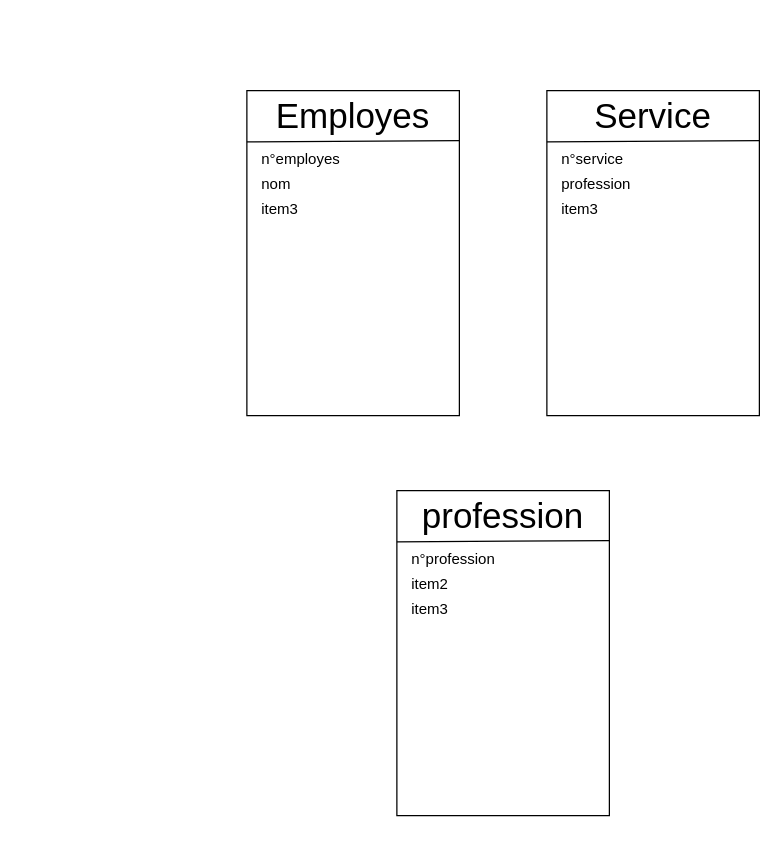
Above: bdd enploiet.drawio in anilexs/modelisation-base-de-donne (draw.io), before the change. Source tidied: cells renumbered, new cells numbered last; positions are measured from the earlier drawing's top-left corner, leaving out a move shared by most shapes. Both pictures are drawn from the tidied source at 125%, with x=0, y=0 at pixel (246, 90).
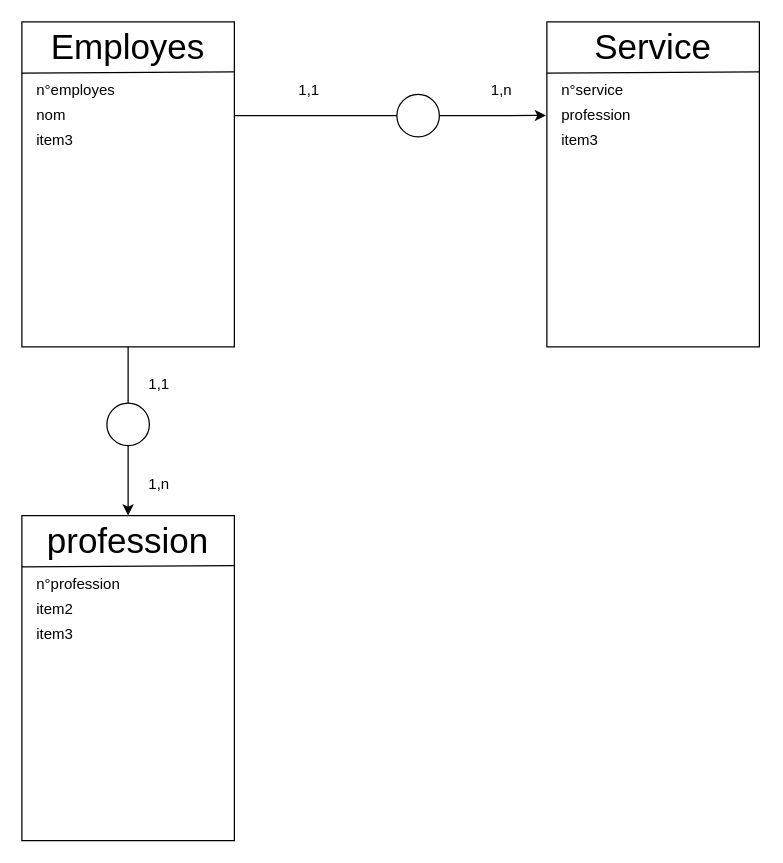
The same page after the edit.

Diff of the diagram source:
```diff
@@
     <mxCell id="2" style="rounded=0;whiteSpace=wrap;html=1;" parent="1" vertex="1">
-      <mxGeometry width="170" height="260" as="geometry" />
+      <mxGeometry x="-180" y="-55" width="170" height="260" as="geometry" />
     </mxCell>
     <mxCell id="3" style="endArrow=none;html=1;rounded=0;" parent="1" edge="1">
       <mxGeometry relative="1" as="geometry">
-        <mxPoint y="41" as="sourcePoint" />
-        <mxPoint x="170" y="40" as="targetPoint" />
+        <mxPoint x="-180" y="-14" as="sourcePoint" />
+        <mxPoint x="-10" y="-15" as="targetPoint" />
       </mxGeometry>
     </mxCell>
     <mxCell id="4" value="Employes" style="text;html=1;strokeColor=none;fillColor=none;align=center;verticalAlign=middle;whiteSpace=wrap;rounded=0;fontSize=28;" parent="1" vertex="1">
-      <mxGeometry width="170" height="40" as="geometry" />
+      <mxGeometry x="-180" y="-55" width="170" height="40" as="geometry" />
     </mxCell>
     <mxCell id="5" style="rounded=0;whiteSpace=wrap;html=1;" parent="1" vertex="1">
-      <mxGeometry x="240" width="170" height="260" as="geometry" />
+      <mxGeometry x="240" y="-55" width="170" height="260" as="geometry" />
     </mxCell>
     <mxCell id="6" style="endArrow=none;html=1;rounded=0;" parent="1" edge="1">
       <mxGeometry relative="1" as="geometry">
-        <mxPoint x="240" y="41" as="sourcePoint" />
-        <mxPoint x="410" y="40" as="targetPoint" />
+        <mxPoint x="240" y="-14" as="sourcePoint" />
+        <mxPoint x="410" y="-15" as="targetPoint" />
       </mxGeometry>
     </mxCell>
     <mxCell id="7" value="Service" style="text;html=1;strokeColor=none;fillColor=none;align=center;verticalAlign=middle;whiteSpace=wrap;rounded=0;fontSize=28;" parent="1" vertex="1">
-      <mxGeometry x="240" width="170" height="40" as="geometry" />
+      <mxGeometry x="240" y="-55" width="170" height="40" as="geometry" />
     </mxCell>
     <mxCell id="8" value="n°employes" style="text;html=1;strokeColor=none;fillColor=none;align=left;verticalAlign=middle;whiteSpace=wrap;rounded=0;" parent="1" vertex="1">
-      <mxGeometry x="10" y="40" width="160" height="30" as="geometry" />
+      <mxGeometry x="-170" y="-15" width="160" height="30" as="geometry" />
     </mxCell>
     <mxCell id="9" value="nom" style="text;html=1;strokeColor=none;fillColor=none;align=left;verticalAlign=middle;whiteSpace=wrap;rounded=0;" parent="1" vertex="1">
-      <mxGeometry x="10" y="60" width="160" height="30" as="geometry" />
+      <mxGeometry x="-170" y="5" width="160" height="30" as="geometry" />
     </mxCell>
     <mxCell id="10" value="item3" style="text;html=1;strokeColor=none;fillColor=none;align=left;verticalAlign=middle;whiteSpace=wrap;rounded=0;" parent="1" vertex="1">
-      <mxGeometry x="10" y="80" width="160" height="30" as="geometry" />
+      <mxGeometry x="-170" y="25" width="160" height="30" as="geometry" />
     </mxCell>
     <mxCell id="11" style="rounded=0;whiteSpace=wrap;html=1;" parent="1" vertex="1">
-      <mxGeometry x="120" y="320" width="170" height="260" as="geometry" />
+      <mxGeometry x="-180" y="340" width="170" height="260" as="geometry" />
     </mxCell>
     <mxCell id="12" style="endArrow=none;html=1;rounded=0;" parent="1" edge="1">
       <mxGeometry relative="1" as="geometry">
-        <mxPoint x="120" y="361" as="sourcePoint" />
-        <mxPoint x="290" y="360" as="targetPoint" />
+        <mxPoint x="-180" y="381" as="sourcePoint" />
+        <mxPoint x="-10" y="380" as="targetPoint" />
       </mxGeometry>
     </mxCell>
     <mxCell id="13" value="profession" style="text;html=1;strokeColor=none;fillColor=none;align=center;verticalAlign=middle;whiteSpace=wrap;rounded=0;fontSize=28;" parent="1" vertex="1">
-      <mxGeometry x="120" y="320" width="170" height="40" as="geometry" />
+      <mxGeometry x="-180" y="340" width="170" height="40" as="geometry" />
     </mxCell>
     <mxCell id="14" value="n°service" style="text;html=1;strokeColor=none;fillColor=none;align=left;verticalAlign=middle;whiteSpace=wrap;rounded=0;" parent="1" vertex="1">
-      <mxGeometry x="250" y="40" width="160" height="30" as="geometry" />
+      <mxGeometry x="250" y="-15" width="160" height="30" as="geometry" />
     </mxCell>
     <mxCell id="15" value="n°profession" style="text;html=1;strokeColor=none;fillColor=none;align=left;verticalAlign=middle;whiteSpace=wrap;rounded=0;" parent="1" vertex="1">
-      <mxGeometry x="130" y="360" width="160" height="30" as="geometry" />
+      <mxGeometry x="-170" y="380" width="160" height="30" as="geometry" />
     </mxCell>
     <mxCell id="16" value="profession" style="text;html=1;strokeColor=none;fillColor=none;align=left;verticalAlign=middle;whiteSpace=wrap;rounded=0;" parent="1" vertex="1">
-      <mxGeometry x="250" y="60" width="160" height="30" as="geometry" />
+      <mxGeometry x="250" y="5" width="160" height="30" as="geometry" />
     </mxCell>
     <mxCell id="17" value="item3" style="text;html=1;strokeColor=none;fillColor=none;align=left;verticalAlign=middle;whiteSpace=wrap;rounded=0;" parent="1" vertex="1">
-      <mxGeometry x="250" y="80" width="160" height="30" as="geometry" />
+      <mxGeometry x="250" y="25" width="160" height="30" as="geometry" />
     </mxCell>
     <mxCell id="18" value="item2" style="text;html=1;strokeColor=none;fillColor=none;align=left;verticalAlign=middle;whiteSpace=wrap;rounded=0;" parent="1" vertex="1">
-      <mxGeometry x="130" y="380" width="160" height="30" as="geometry" />
+      <mxGeometry x="-170" y="400" width="160" height="30" as="geometry" />
     </mxCell>
     <mxCell id="19" value="item3" style="text;html=1;strokeColor=none;fillColor=none;align=left;verticalAlign=middle;whiteSpace=wrap;rounded=0;" parent="1" vertex="1">
-      <mxGeometry x="130" y="400" width="160" height="30" as="geometry" />
+      <mxGeometry x="-170" y="420" width="160" height="30" as="geometry" />
     </mxCell>
+    <mxCell id="20" style="endArrow=classic;html=1;rounded=0;entryX=0.5;entryY=0;entryDx=0;entryDy=0;exitX=0.5;exitY=1;exitDx=0;exitDy=0;" parent="1" edge="1" source="24" target="13">
+      <mxGeometry relative="1" as="geometry" />
+    </mxCell>
+    <mxCell id="21" style="endArrow=classic;html=1;rounded=0;entryX=-0.004;entryY=0.288;entryDx=0;entryDy=0;entryPerimeter=0;exitX=1;exitY=0.5;exitDx=0;exitDy=0;" parent="1" edge="1" source="22" target="5">
+      <mxGeometry relative="1" as="geometry" />
+    </mxCell>
+    <mxCell id="22" style="ellipse;whiteSpace=wrap;html=1;" parent="1" vertex="1">
+      <mxGeometry x="120" y="3" width="34" height="34" as="geometry" />
+    </mxCell>
+    <mxCell id="23" style="endArrow=none;html=1;rounded=0;exitX=0;exitY=0.5;exitDx=0;exitDy=0;entryX=1;entryY=0.5;entryDx=0;entryDy=0;" parent="1" edge="1" source="22" target="9">
+      <mxGeometry relative="1" as="geometry" />
+    </mxCell>
+    <mxCell id="24" style="ellipse;whiteSpace=wrap;html=1;" parent="1" vertex="1">
+      <mxGeometry x="-112" y="250" width="34" height="34" as="geometry" />
+    </mxCell>
+    <mxCell id="25" style="endArrow=none;html=1;rounded=0;exitX=0.5;exitY=0;exitDx=0;exitDy=0;entryX=0.5;entryY=1;entryDx=0;entryDy=0;" parent="1" edge="1" source="24" target="2">
+      <mxGeometry relative="1" as="geometry" />
+    </mxCell>
+    <mxCell id="26" value="1,1" style="text;html=1;strokeColor=none;fillColor=none;align=center;verticalAlign=middle;whiteSpace=wrap;rounded=0;" parent="1" vertex="1">
+      <mxGeometry x="20" y="-15" width="60" height="30" as="geometry" />
+    </mxCell>
+    <mxCell id="27" value="1,1" style="text;html=1;strokeColor=none;fillColor=none;align=center;verticalAlign=middle;whiteSpace=wrap;rounded=0;" parent="1" vertex="1">
+      <mxGeometry x="-100" y="220" width="60" height="30" as="geometry" />
+    </mxCell>
+    <mxCell id="28" value="1,n" style="text;html=1;strokeColor=none;fillColor=none;align=center;verticalAlign=middle;whiteSpace=wrap;rounded=0;" parent="1" vertex="1">
+      <mxGeometry x="174" y="-15" width="60" height="30" as="geometry" />
+    </mxCell>
+    <mxCell id="29" value="1,n" style="text;html=1;strokeColor=none;fillColor=none;align=center;verticalAlign=middle;whiteSpace=wrap;rounded=0;" parent="1" vertex="1">
+      <mxGeometry x="-100" y="300" width="60" height="30" as="geometry" />
+    </mxCell>
```
